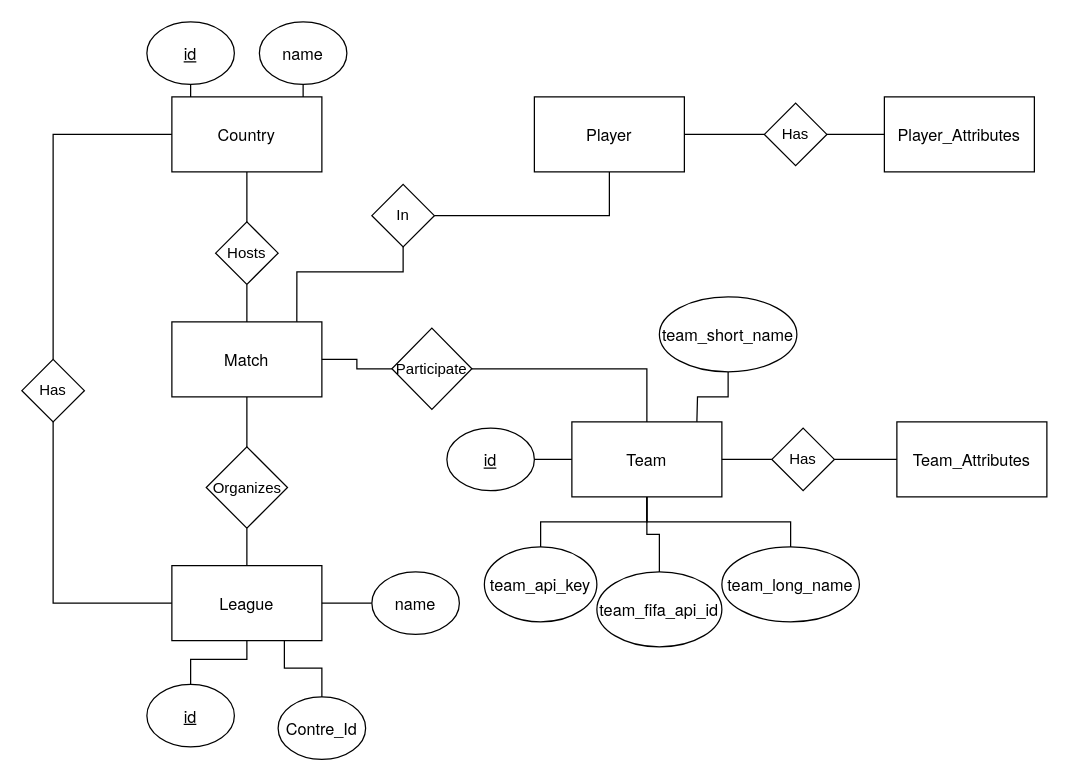
The draw.io diagram Diagramme sans nom.drawio in KhalyHackerman/databases_p1, before the edit. Source tidied: cells renumbered, new cells numbered last; positions are measured from the earlier drawing's top-left corner, leaving out a move shared by most shapes. Both pictures are drawn from the tidied source at 125%, with x=0, y=0 at pixel (21, 21).
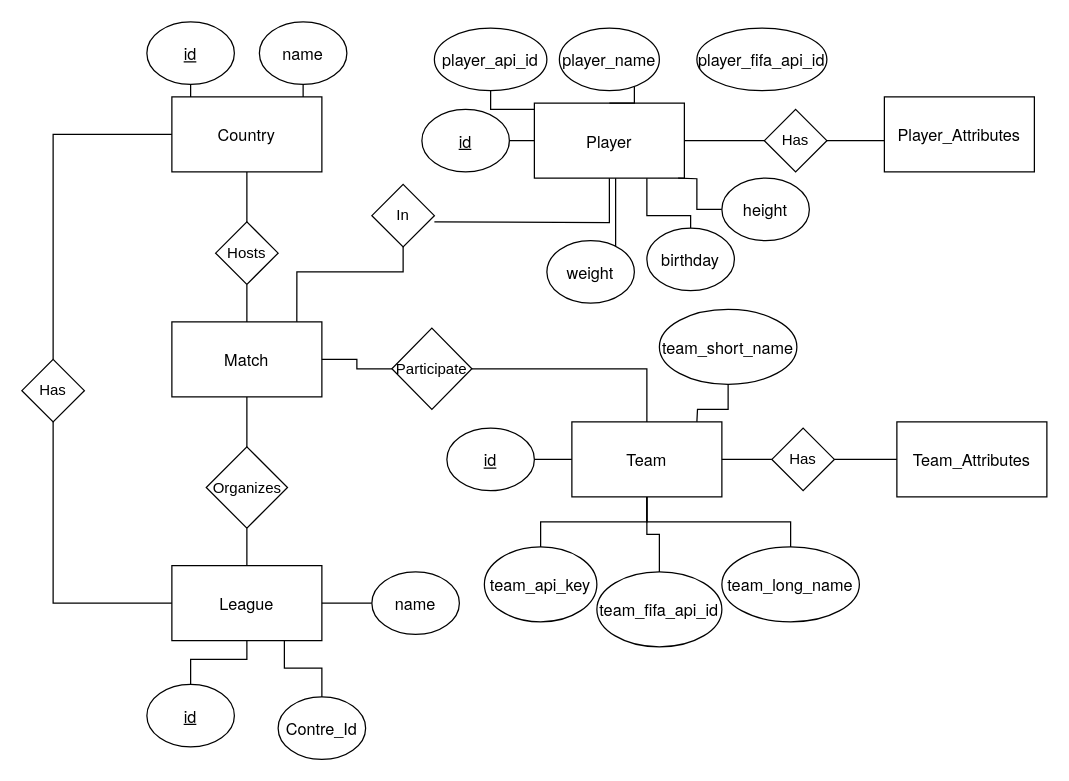
Above is the later version.

Commit message:
Mettre à jour Diagramme sans nom.drawio

Unchanged cells that the change refers to:
```xml
<mxCell id="12" value="&lt;p style=&quot;margin: 0px; font-style: normal; font-variant-caps: normal; font-stretch: normal; font-size: 13px; line-height: normal; font-family: &amp;quot;Helvetica Neue&amp;quot;; font-size-adjust: none; font-kerning: auto; font-variant-alternates: normal; font-variant-ligatures: normal; font-variant-numeric: normal; font-variant-east-asian: normal; font-variant-position: normal; font-variant-emoji: normal; font-feature-settings: normal; font-optical-sizing: auto; font-variation-settings: normal;&quot;&gt;Player_Attributes&lt;/p&gt;" style="whiteSpace=wrap;html=1;" parent="1" vertex="1">
  <mxGeometry x="690" y="60" width="120" height="60" as="geometry" />
</mxCell>
<mxCell id="27" value="In" style="rhombus;whiteSpace=wrap;html=1;" parent="1" vertex="1">
  <mxGeometry x="280" y="130" width="50" height="50" as="geometry" />
</mxCell>
```

Diff of the diagram source:
```diff
@@
     <mxCell id="6" value="&lt;p style=&quot;margin: 0px; font-style: normal; font-variant-caps: normal; font-stretch: normal; font-size: 13px; line-height: normal; font-family: &amp;quot;Helvetica Neue&amp;quot;; font-size-adjust: none; font-kerning: auto; font-variant-alternates: normal; font-variant-ligatures: normal; font-variant-numeric: normal; font-variant-east-asian: normal; font-variant-position: normal; font-variant-emoji: normal; font-feature-settings: normal; font-optical-sizing: auto; font-variation-settings: normal;&quot;&gt;Player&lt;/p&gt;" style="whiteSpace=wrap;html=1;" parent="1" vertex="1">
-      <mxGeometry x="410" y="60" width="120" height="60" as="geometry" />
+      <mxGeometry x="410" y="65" width="120" height="60" as="geometry" />
     </mxCell>
@@
-    <mxCell id="26" style="edgeStyle=orthogonalEdgeStyle;rounded=0;jettySize=auto;html=1;endArrow=none;startFill=0;" parent="1" edge="1" source="27" target="6">
-      <mxGeometry relative="1" as="geometry" />
+    <mxCell id="26" style="edgeStyle=orthogonalEdgeStyle;rounded=0;jettySize=auto;html=1;endArrow=none;startFill=0;" parent="1" edge="1" target="6">
+      <mxGeometry relative="1" as="geometry">
+        <mxPoint x="330" y="160" as="sourcePoint" />
+      </mxGeometry>
     </mxCell>
@@
-    <mxCell id="29" style="edgeStyle=orthogonalEdgeStyle;rounded=0;jettySize=auto;html=1;endArrow=none;startFill=0;" parent="1" edge="1" source="30" target="12">
-      <mxGeometry relative="1" as="geometry" />
+    <mxCell id="29" style="edgeStyle=orthogonalEdgeStyle;rounded=0;jettySize=auto;html=1;endArrow=none;startFill=0;" parent="1" edge="1" source="30">
+      <mxGeometry relative="1" as="geometry">
+        <mxPoint x="690" y="95" as="targetPoint" />
+      </mxGeometry>
     </mxCell>
     <mxCell id="30" value="Has" style="rhombus;whiteSpace=wrap;html=1;" parent="1" vertex="1">
-      <mxGeometry x="594" y="65" width="50" height="50" as="geometry" />
+      <mxGeometry x="594" y="70" width="50" height="50" as="geometry" />
     </mxCell>
@@
     <mxCell id="47" value="&lt;p style=&quot;margin: 0px; font-style: normal; font-variant-caps: normal; font-stretch: normal; font-size: 13px; line-height: normal; font-family: &amp;quot;Helvetica Neue&amp;quot;; font-size-adjust: none; font-kerning: auto; font-variant-alternates: normal; font-variant-ligatures: normal; font-variant-numeric: normal; font-variant-east-asian: normal; font-variant-position: normal; font-variant-emoji: normal; font-feature-settings: normal; font-optical-sizing: auto; font-variation-settings: normal;&quot;&gt;team_short_name&lt;/p&gt;" style="ellipse;whiteSpace=wrap;html=1;" parent="1" vertex="1">
-      <mxGeometry x="510" y="220" width="110" height="60" as="geometry" />
+      <mxGeometry x="510" y="230" width="110" height="60" as="geometry" />
     </mxCell>
@@
+    <mxCell id="50" style="edgeStyle=orthogonalEdgeStyle;rounded=0;jettySize=auto;html=1;endArrow=none;startFill=0;" parent="1" edge="1" source="51" target="6">
+      <mxGeometry relative="1" as="geometry" />
+    </mxCell>
+    <mxCell id="51" value="&lt;p style=&quot;margin: 0.0px 0.0px 0.0px 0.0px; font: 13.0px 'Helvetica Neue'&quot;&gt;&lt;u&gt;id&lt;/u&gt;&lt;/p&gt;" style="ellipse;whiteSpace=wrap;html=1;" parent="1" vertex="1">
+      <mxGeometry x="320" y="70" width="70" height="50" as="geometry" />
+    </mxCell>
+    <mxCell id="52" style="edgeStyle=orthogonalEdgeStyle;rounded=0;jettySize=auto;html=1;entryX=0;entryY=0.083;entryDx=0;entryDy=0;entryPerimeter=0;endArrow=none;startFill=0;" parent="1" edge="1" source="53" target="6">
+      <mxGeometry relative="1" as="geometry">
+        <Array as="points">
+          <mxPoint x="375" y="70" />
+        </Array>
+      </mxGeometry>
+    </mxCell>
+    <mxCell id="53" value="&lt;p style=&quot;margin: 0px; font-style: normal; font-variant-caps: normal; font-stretch: normal; font-size: 13px; line-height: normal; font-family: &amp;quot;Helvetica Neue&amp;quot;; font-size-adjust: none; font-kerning: auto; font-variant-alternates: normal; font-variant-ligatures: normal; font-variant-numeric: normal; font-variant-east-asian: normal; font-variant-position: normal; font-variant-emoji: normal; font-feature-settings: normal; font-optical-sizing: auto; font-variation-settings: normal;&quot;&gt;player_api_id&lt;/p&gt;" style="ellipse;whiteSpace=wrap;html=1;" parent="1" vertex="1">
+      <mxGeometry x="330" y="5" width="90" height="50" as="geometry" />
+    </mxCell>
+    <mxCell id="54" style="edgeStyle=orthogonalEdgeStyle;rounded=0;jettySize=auto;html=1;endArrow=none;startFill=0;entryX=0.5;entryY=0;entryDx=0;entryDy=0;" parent="1" edge="1" source="55" target="6">
+      <mxGeometry relative="1" as="geometry">
+        <Array as="points">
+          <mxPoint x="490" y="65" />
+        </Array>
+      </mxGeometry>
+    </mxCell>
+    <mxCell id="55" value="&lt;p style=&quot;margin: 0px; font-style: normal; font-variant-caps: normal; font-stretch: normal; font-size: 13px; line-height: normal; font-family: &amp;quot;Helvetica Neue&amp;quot;; font-size-adjust: none; font-kerning: auto; font-variant-alternates: normal; font-variant-ligatures: normal; font-variant-numeric: normal; font-variant-east-asian: normal; font-variant-position: normal; font-variant-emoji: normal; font-feature-settings: normal; font-optical-sizing: auto; font-variation-settings: normal;&quot;&gt;player_name&lt;/p&gt;" style="ellipse;whiteSpace=wrap;html=1;" parent="1" vertex="1">
+      <mxGeometry x="430" y="5" width="80" height="50" as="geometry" />
+    </mxCell>
+    <mxCell id="56" value="&lt;p style=&quot;margin: 0px; font-style: normal; font-variant-caps: normal; font-stretch: normal; font-size: 13px; line-height: normal; font-family: &amp;quot;Helvetica Neue&amp;quot;; font-size-adjust: none; font-kerning: auto; font-variant-alternates: normal; font-variant-ligatures: normal; font-variant-numeric: normal; font-variant-east-asian: normal; font-variant-position: normal; font-variant-emoji: normal; font-feature-settings: normal; font-optical-sizing: auto; font-variation-settings: normal;&quot;&gt;player_fifa_api_id&lt;/p&gt;" style="ellipse;whiteSpace=wrap;html=1;" parent="1" vertex="1">
+      <mxGeometry x="540" y="5" width="104" height="50" as="geometry" />
+    </mxCell>
+    <mxCell id="57" style="edgeStyle=orthogonalEdgeStyle;rounded=0;jettySize=auto;html=1;endArrow=none;startFill=0;" parent="1" edge="1" source="58">
+      <mxGeometry relative="1" as="geometry">
+        <mxPoint x="525" y="125" as="targetPoint" />
+      </mxGeometry>
+    </mxCell>
+    <mxCell id="58" value="&lt;p style=&quot;margin: 0px; font-style: normal; font-variant-caps: normal; font-stretch: normal; font-size: 13px; line-height: normal; font-family: &amp;quot;Helvetica Neue&amp;quot;; font-size-adjust: none; font-kerning: auto; font-variant-alternates: normal; font-variant-ligatures: normal; font-variant-numeric: normal; font-variant-east-asian: normal; font-variant-position: normal; font-variant-emoji: normal; font-feature-settings: normal; font-optical-sizing: auto; font-variation-settings: normal;&quot;&gt;height&lt;/p&gt;" style="ellipse;whiteSpace=wrap;html=1;" parent="1" vertex="1">
+      <mxGeometry x="560" y="125" width="70" height="50" as="geometry" />
+    </mxCell>
+    <mxCell id="59" style="edgeStyle=orthogonalEdgeStyle;rounded=0;jettySize=auto;html=1;endArrow=none;startFill=0;" parent="1" edge="1" source="60">
+      <mxGeometry relative="1" as="geometry">
+        <mxPoint x="500" y="125" as="targetPoint" />
+        <Array as="points">
+          <mxPoint x="535" y="155" />
+          <mxPoint x="500" y="155" />
+        </Array>
+      </mxGeometry>
+    </mxCell>
+    <mxCell id="60" value="&lt;p style=&quot;margin: 0px; font-style: normal; font-variant-caps: normal; font-stretch: normal; font-size: 13px; line-height: normal; font-family: &amp;quot;Helvetica Neue&amp;quot;; font-size-adjust: none; font-kerning: auto; font-variant-alternates: normal; font-variant-ligatures: normal; font-variant-numeric: normal; font-variant-east-asian: normal; font-variant-position: normal; font-variant-emoji: normal; font-feature-settings: normal; font-optical-sizing: auto; font-variation-settings: normal;&quot;&gt;birthday&lt;/p&gt;" style="ellipse;whiteSpace=wrap;html=1;" parent="1" vertex="1">
+      <mxGeometry x="500" y="165" width="70" height="50" as="geometry" />
+    </mxCell>
+    <mxCell id="61" style="edgeStyle=orthogonalEdgeStyle;rounded=0;jettySize=auto;html=1;endArrow=none;startFill=0;" parent="1" edge="1" source="62" target="6">
+      <mxGeometry relative="1" as="geometry">
+        <Array as="points">
+          <mxPoint x="475" y="145" />
+          <mxPoint x="475" y="145" />
+        </Array>
+      </mxGeometry>
+    </mxCell>
+    <mxCell id="62" value="&lt;p style=&quot;margin: 0px; font-style: normal; font-variant-caps: normal; font-stretch: normal; font-size: 13px; line-height: normal; font-family: &amp;quot;Helvetica Neue&amp;quot;; font-size-adjust: none; font-kerning: auto; font-variant-alternates: normal; font-variant-ligatures: normal; font-variant-numeric: normal; font-variant-east-asian: normal; font-variant-position: normal; font-variant-emoji: normal; font-feature-settings: normal; font-optical-sizing: auto; font-variation-settings: normal;&quot;&gt;weight&lt;/p&gt;" style="ellipse;whiteSpace=wrap;html=1;" parent="1" vertex="1">
+      <mxGeometry x="420" y="175" width="70" height="50" as="geometry" />
+    </mxCell>
```
